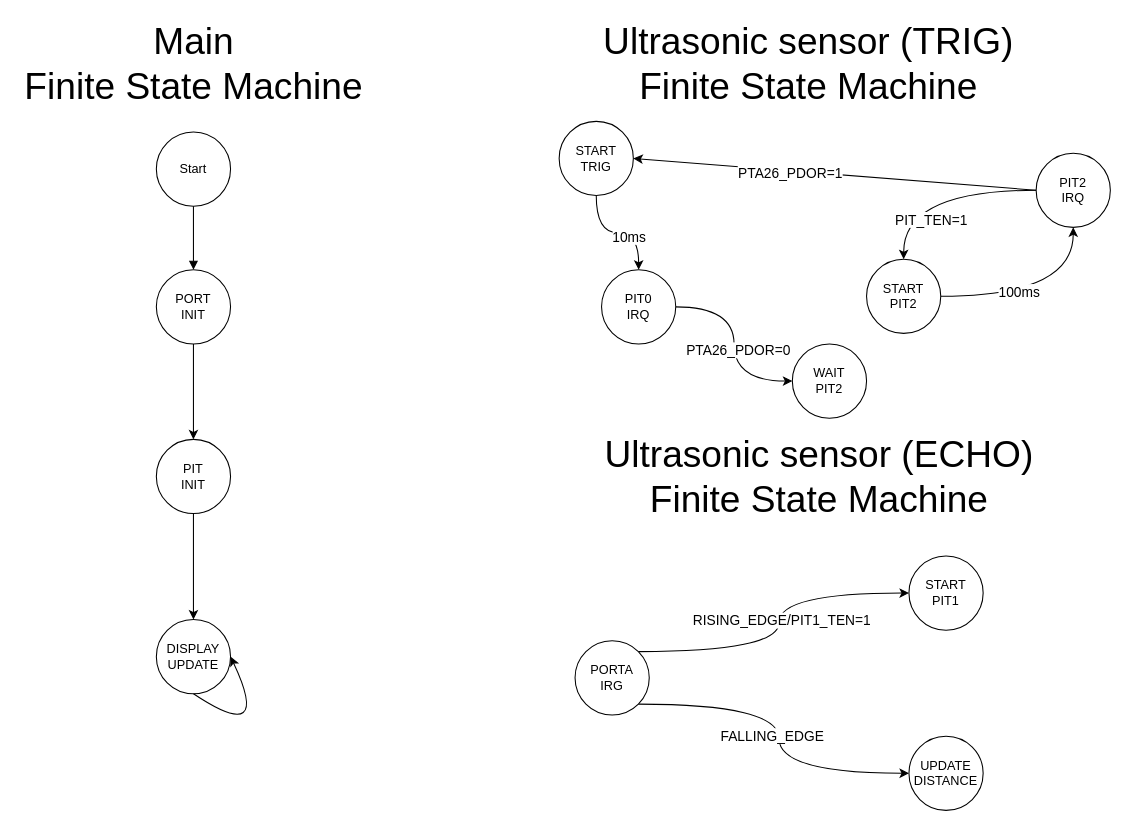
hungdojan/IMP_Project keeps this draw.io diagram as page "fsm system" (2 of 3) of docs/resources/diagrams.drawio. Above is the earlier version. Source tidied: cells renumbered, new cells numbered last; positions are measured from the earlier drawing's top-left corner, leaving out a move shared by most shapes. Both pictures are drawn from the tidied source at 106%, with x=0, y=0 at pixel (18, 36).
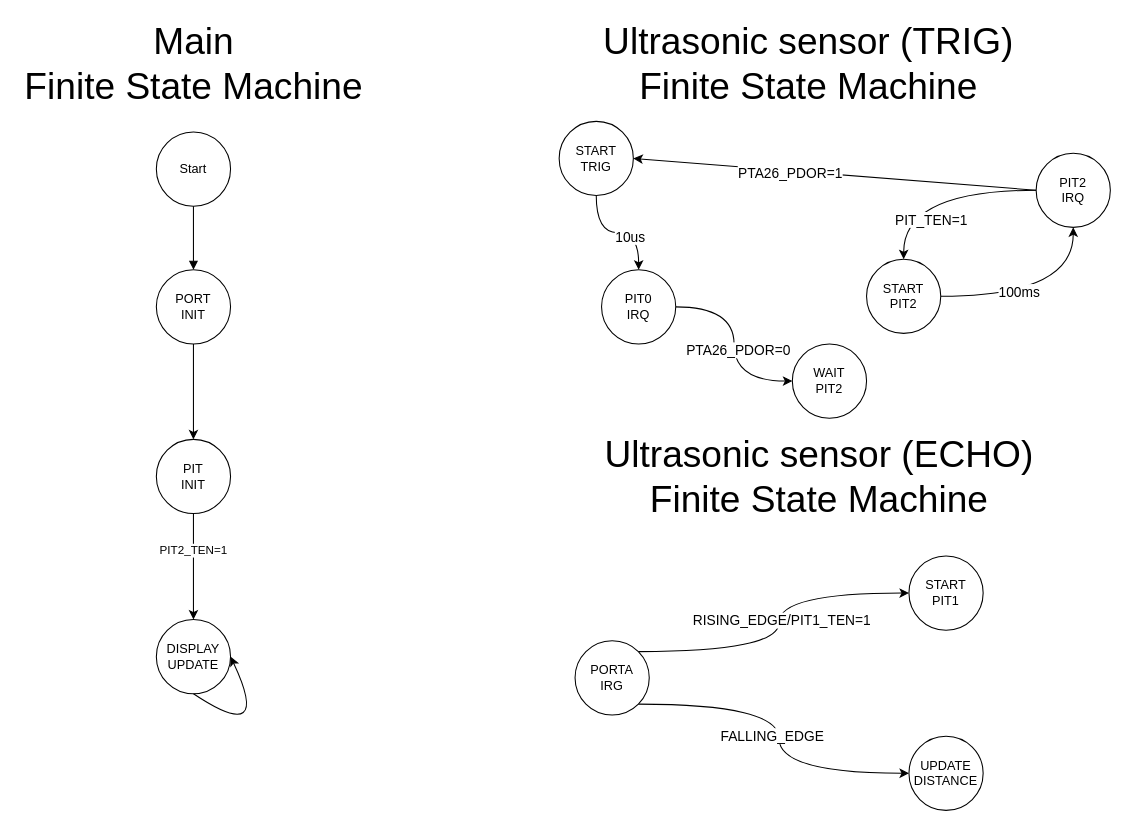
Above is the later version.

The change refers to these unchanged cells:
```xml
<mxCell id="7" style="edgeStyle=none;html=1;exitX=0.5;exitY=1;exitDx=0;exitDy=0;entryX=0.5;entryY=0;entryDx=0;entryDy=0;" parent="1" edge="1" source="8" target="9">
  <mxGeometry relative="1" as="geometry" />
</mxCell>
<mxCell id="11" style="edgeStyle=orthogonalEdgeStyle;curved=1;html=1;exitX=0.5;exitY=1;exitDx=0;exitDy=0;entryX=0.5;entryY=0;entryDx=0;entryDy=0;fontSize=13;elbow=vertical;" parent="1" edge="1" source="13" target="25">
  <mxGeometry relative="1" as="geometry" />
</mxCell>
```

Change to the diagram source:
```diff
@@
+    <mxCell id="35" value="PIT2_TEN=1" style="edgeLabel;html=1;align=center;verticalAlign=middle;" parent="7" vertex="1">
+      <mxGeometry x="-0.32" y="-1" relative="1" as="geometry" />
+    </mxCell>
@@
-    <mxCell id="12" value="10ms" style="edgeLabel;html=1;align=center;verticalAlign=middle;fontSize=13;" parent="11" vertex="1">
-      <mxGeometry x="0.18" y="-3" relative="1" as="geometry" />
+    <mxCell id="12" value="10us" style="edgeLabel;html=1;align=center;verticalAlign=middle;fontSize=13;" parent="11" vertex="1">
+      <mxGeometry x="0.18" y="-3" relative="1" as="geometry">
+        <mxPoint x="1" as="offset" />
+      </mxGeometry>
     </mxCell>
```
